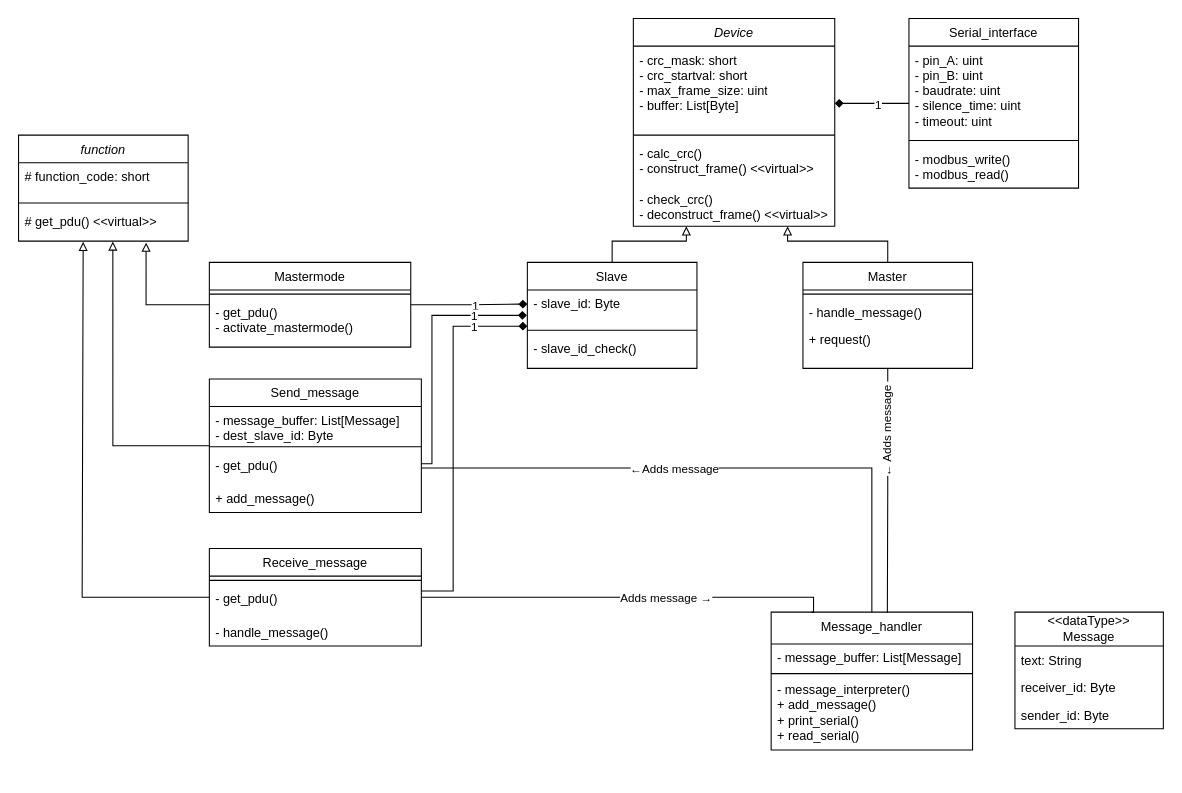
This is modbus_classdiagram.drawio from F-L-X-S/BusBricks, a draw.io file, before an edit. Source tidied: cells renumbered, new cells numbered last; positions are measured from the earlier drawing's top-left corner, leaving out a move shared by most shapes. Both pictures are drawn from the tidied source at 106%, with x=0, y=0 at pixel (18, 18).
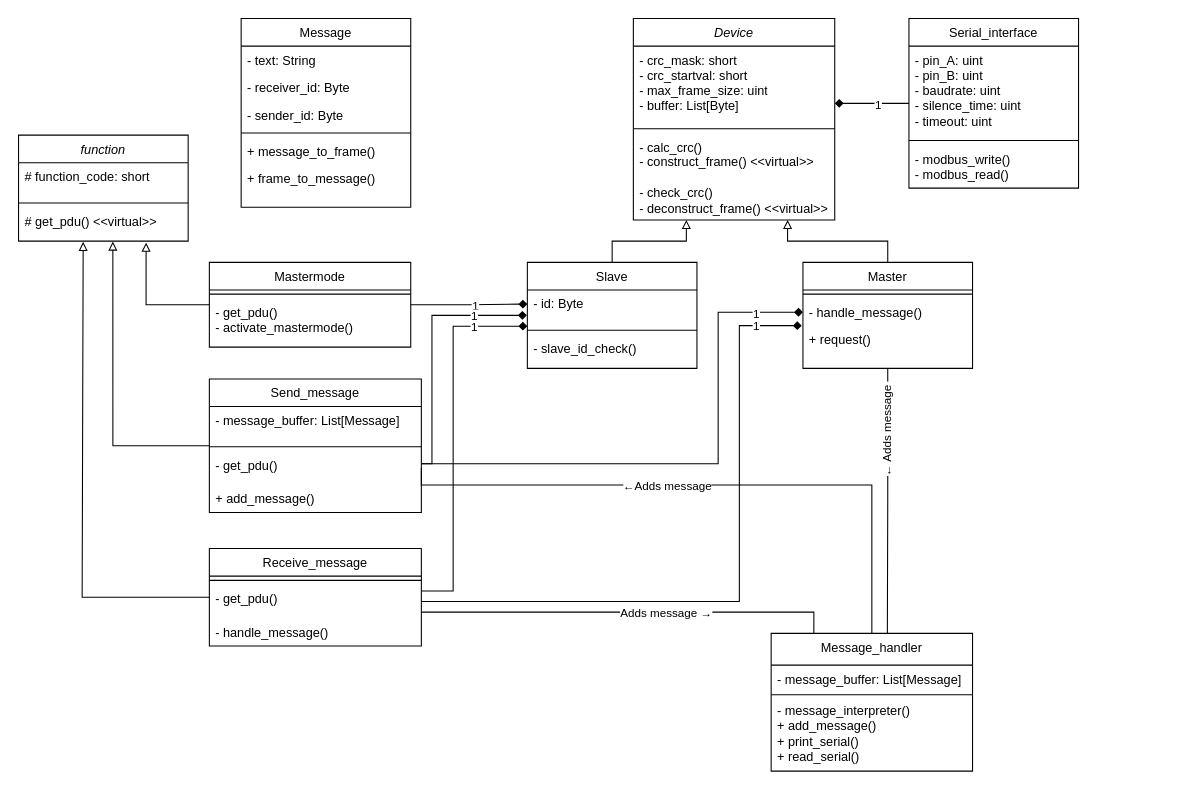
After the change.

Unchanged cells that the change refers to:
```xml
<mxCell id="7" value="&lt;span style=&quot;font-weight: normal;&quot;&gt;Slave&lt;/span&gt;" style="swimlane;fontStyle=1;align=center;verticalAlign=top;horizontal=1;startSize=26;whiteSpace=wrap;html=1;" parent="1" vertex="1">
  <mxGeometry x="480" y="230" width="160" height="100" as="geometry" />
</mxCell>
<mxCell id="14" value="- handle_message()" style="text;strokeColor=none;fillColor=none;align=left;verticalAlign=top;spacingLeft=4;spacingRight=4;overflow=hidden;points=[[0,0.5],[1,0.5]];portConstraint=eastwest;whiteSpace=wrap;html=1;" parent="12" vertex="1">
  <mxGeometry y="34" width="160" height="26" as="geometry" />
</mxCell>
<mxCell id="15" value="+ request()" style="text;strokeColor=none;fillColor=none;align=left;verticalAlign=top;spacingLeft=4;spacingRight=4;overflow=hidden;points=[[0,0.5],[1,0.5]];portConstraint=eastwest;whiteSpace=wrap;html=1;" parent="12" vertex="1">
  <mxGeometry y="60" width="160" height="40" as="geometry" />
</mxCell>
<mxCell id="33" value="&lt;span style=&quot;font-weight: normal;&quot;&gt;Send_message&lt;/span&gt;" style="swimlane;fontStyle=1;align=center;verticalAlign=top;horizontal=1;startSize=26;whiteSpace=wrap;html=1;" parent="1" vertex="1">
  <mxGeometry x="180" y="340" width="200" height="126" as="geometry" />
</mxCell>
<mxCell id="36" value="- get_pdu()&amp;nbsp;&lt;div&gt;&lt;br&gt;&lt;/div&gt;" style="text;strokeColor=none;fillColor=none;align=left;verticalAlign=top;spacingLeft=4;spacingRight=4;overflow=hidden;points=[[0,0.5],[1,0.5]];portConstraint=eastwest;whiteSpace=wrap;html=1;" parent="33" vertex="1">
  <mxGeometry y="68" width="200" height="32" as="geometry" />
</mxCell>
<mxCell id="42" value="&lt;span style=&quot;font-weight: normal;&quot;&gt;Receive_message&lt;/span&gt;" style="swimlane;fontStyle=1;align=center;verticalAlign=top;horizontal=1;startSize=26;whiteSpace=wrap;html=1;" parent="1" vertex="1">
  <mxGeometry x="180" y="500" width="200" height="92" as="geometry" />
</mxCell>
<mxCell id="44" value="- get_pdu()&amp;nbsp;&lt;div&gt;&lt;br&gt;&lt;/div&gt;" style="text;strokeColor=none;fillColor=none;align=left;verticalAlign=top;spacingLeft=4;spacingRight=4;overflow=hidden;points=[[0,0.5],[1,0.5]];portConstraint=eastwest;whiteSpace=wrap;html=1;" parent="42" vertex="1">
  <mxGeometry y="34" width="200" height="32" as="geometry" />
</mxCell>
```

Diff of the diagram source:
```diff
@@
     <mxCell id="2" value="&lt;span style=&quot;font-weight: normal;&quot;&gt;&lt;i&gt;Device&lt;/i&gt;&lt;/span&gt;" style="swimlane;fontStyle=1;align=center;verticalAlign=top;horizontal=1;startSize=26;whiteSpace=wrap;html=1;" parent="1" vertex="1">
-      <mxGeometry x="580" width="190" height="196" as="geometry" />
+      <mxGeometry x="580" width="190" height="190" as="geometry" />
     </mxCell>
     <mxCell id="3" value="- crc_mask: short&lt;div&gt;- crc_startval: short&lt;/div&gt;&lt;div&gt;- max_frame_size: uint&lt;/div&gt;&lt;div&gt;- buffer: List[Byte]&lt;/div&gt;" style="text;strokeColor=none;fillColor=none;align=left;verticalAlign=top;spacingLeft=4;spacingRight=4;overflow=hidden;whiteSpace=wrap;html=1;" parent="2" vertex="1">
-      <mxGeometry y="26" width="190" height="80" as="geometry" />
+      <mxGeometry y="26" width="190" height="74" as="geometry" />
     </mxCell>
     <mxCell id="4" style="line;strokeWidth=1;fillColor=none;align=left;verticalAlign=middle;spacingTop=-1;spacingLeft=3;spacingRight=3;labelPosition=right;strokeColor=inherit;" parent="2" vertex="1">
-      <mxGeometry y="106" width="190" height="8" as="geometry" />
+      <mxGeometry y="100" width="190" height="8" as="geometry" />
     </mxCell>
     <mxCell id="5" value="- calc_crc()&lt;div&gt;- construct_frame() &amp;lt;&amp;lt;virtual&amp;gt;&amp;gt;&lt;br&gt;&lt;/div&gt;&lt;div&gt;&lt;br&gt;&lt;/div&gt;&lt;div&gt;&lt;div&gt;- check_crc()&lt;/div&gt;&lt;div&gt;&lt;div&gt;- deconstruct_frame() &amp;lt;&amp;lt;virtual&amp;gt;&amp;gt;&lt;/div&gt;&lt;/div&gt;&lt;/div&gt;" style="text;strokeColor=none;fillColor=none;align=left;verticalAlign=top;spacingLeft=4;spacingRight=4;overflow=hidden;points=[[0,0.5],[1,0.5]];portConstraint=eastwest;whiteSpace=wrap;html=1;" parent="2" vertex="1">
-      <mxGeometry y="114" width="190" height="82" as="geometry" />
+      <mxGeometry y="108" width="190" height="82" as="geometry" />
     </mxCell>
@@
-    <mxCell id="8" value="- slave_id: Byte" style="text;strokeColor=none;fillColor=none;align=left;verticalAlign=top;spacingLeft=4;spacingRight=4;overflow=hidden;points=[[0,0.5],[1,0.5]];portConstraint=eastwest;whiteSpace=wrap;html=1;" parent="7" vertex="1">
+    <mxCell id="8" value="- id: Byte" style="text;strokeColor=none;fillColor=none;align=left;verticalAlign=top;spacingLeft=4;spacingRight=4;overflow=hidden;points=[[0,0.5],[1,0.5]];portConstraint=eastwest;whiteSpace=wrap;html=1;" parent="7" vertex="1">
       <mxGeometry y="26" width="160" height="34" as="geometry" />
     </mxCell>
@@
     <mxCell id="26" style="edgeStyle=orthogonalEdgeStyle;rounded=0;jettySize=auto;html=1;entryX=1;entryY=0.5;entryDx=0;entryDy=0;endArrow=none;endFill=0;" parent="1" edge="1" source="28" target="36">
-      <mxGeometry relative="1" as="geometry" />
+      <mxGeometry relative="1" as="geometry">
+        <Array as="points">
+          <mxPoint x="805" y="440" />
+          <mxPoint x="380" y="440" />
+        </Array>
+      </mxGeometry>
     </mxCell>
@@
     <mxCell id="28" value="&lt;span style=&quot;font-weight: normal;&quot;&gt;Message_handler&lt;/span&gt;" style="swimlane;fontStyle=1;align=center;verticalAlign=top;horizontal=1;startSize=30;whiteSpace=wrap;html=1;" parent="1" vertex="1">
-      <mxGeometry x="710" y="560" width="190" height="130" as="geometry" />
+      <mxGeometry x="710" y="580" width="190" height="130" as="geometry" />
     </mxCell>
@@
-    <mxCell id="34" value="- message_buffer: List[Message]&lt;div&gt;- dest_slave_id: Byte&lt;/div&gt;" style="text;strokeColor=none;fillColor=none;align=left;verticalAlign=top;spacingLeft=4;spacingRight=4;overflow=hidden;whiteSpace=wrap;html=1;" parent="33" vertex="1">
+    <mxCell id="34" value="- message_buffer: List[Message]" style="text;strokeColor=none;fillColor=none;align=left;verticalAlign=top;spacingLeft=4;spacingRight=4;overflow=hidden;whiteSpace=wrap;html=1;" parent="33" vertex="1">
       <mxGeometry y="26" width="200" height="34" as="geometry" />
     </mxCell>
@@
-    <mxCell id="53" style="edgeStyle=orthogonalEdgeStyle;rounded=0;jettySize=auto;html=1;endArrow=none;endFill=0;" parent="1" edge="1" source="42">
+    <mxCell id="53" style="edgeStyle=orthogonalEdgeStyle;rounded=0;jettySize=auto;html=1;endArrow=none;endFill=0;entryX=0.212;entryY=-0.002;entryDx=0;entryDy=0;entryPerimeter=0;" parent="1" edge="1" source="42" target="28">
       <mxGeometry relative="1" as="geometry">
-        <mxPoint x="750" y="560" as="targetPoint" />
         <Array as="points">
-          <mxPoint x="750" y="546" />
           <mxPoint x="750" y="560" />
-          <mxPoint x="748" y="560" />
         </Array>
       </mxGeometry>
     </mxCell>
@@
-    <mxCell id="57" value="&amp;lt;&amp;lt;dataType&amp;gt;&amp;gt;&lt;div&gt;Message&lt;/div&gt;" style="swimlane;fontStyle=0;horizontal=1;startSize=32;fillColor=none;whiteSpace=wrap;html=1;" parent="1" vertex="1">
-      <mxGeometry x="940" y="560" width="140" height="110" as="geometry" />
-    </mxCell>
+    <mxCell id="61" value="&lt;span style=&quot;font-weight: 400;&quot;&gt;Message&lt;/span&gt;" style="swimlane;fontStyle=1;align=center;verticalAlign=top;horizontal=1;startSize=26;whiteSpace=wrap;html=1;" parent="1" vertex="1">
+      <mxGeometry x="210" width="160" height="178" as="geometry" />
+    </mxCell>
-    <mxCell id="58" value="text: String&amp;nbsp;" style="text;strokeColor=none;fillColor=none;align=left;verticalAlign=top;spacingLeft=4;spacingRight=4;overflow=hidden;whiteSpace=wrap;html=1;" parent="57" vertex="1">
-      <mxGeometry y="32" width="140" height="26" as="geometry" />
+    <mxCell id="58" value="- text: String&amp;nbsp;" style="text;strokeColor=none;fillColor=none;align=left;verticalAlign=top;spacingLeft=4;spacingRight=4;overflow=hidden;whiteSpace=wrap;html=1;" parent="61" vertex="1">
+      <mxGeometry y="26" width="160" height="26" as="geometry" />
     </mxCell>
-    <mxCell id="59" value="receiver_id: Byte" style="text;strokeColor=none;fillColor=none;align=left;verticalAlign=top;spacingLeft=4;spacingRight=4;overflow=hidden;whiteSpace=wrap;html=1;" parent="57" vertex="1">
-      <mxGeometry y="58" width="140" height="26" as="geometry" />
+    <mxCell id="59" value="- receiver_id: Byte" style="text;strokeColor=none;fillColor=none;align=left;verticalAlign=top;spacingLeft=4;spacingRight=4;overflow=hidden;whiteSpace=wrap;html=1;" parent="61" vertex="1">
+      <mxGeometry y="52" width="160" height="26" as="geometry" />
     </mxCell>
-    <mxCell id="60" value="sender_id: Byte" style="text;strokeColor=none;fillColor=none;align=left;verticalAlign=top;spacingLeft=4;spacingRight=4;overflow=hidden;whiteSpace=wrap;html=1;" parent="57" vertex="1">
-      <mxGeometry y="84" width="140" height="26" as="geometry" />
+    <mxCell id="60" value="- sender_id: Byte" style="text;strokeColor=none;fillColor=none;align=left;verticalAlign=top;spacingLeft=4;spacingRight=4;overflow=hidden;whiteSpace=wrap;html=1;" parent="61" vertex="1">
+      <mxGeometry y="78" width="160" height="26" as="geometry" />
     </mxCell>
+    <mxCell id="62" style="line;strokeWidth=1;fillColor=none;align=left;verticalAlign=middle;spacingTop=-1;spacingLeft=3;spacingRight=3;labelPosition=right;strokeColor=inherit;" parent="61" vertex="1">
+      <mxGeometry y="104" width="160" height="8" as="geometry" />
+    </mxCell>
+    <mxCell id="63" value="+ message_to_frame()" style="text;strokeColor=none;fillColor=none;align=left;verticalAlign=top;spacingLeft=4;spacingRight=4;overflow=hidden;whiteSpace=wrap;html=1;" parent="61" vertex="1">
+      <mxGeometry y="112" width="160" height="26" as="geometry" />
+    </mxCell>
+    <mxCell id="64" value="+ frame_to_message()" style="text;strokeColor=none;fillColor=none;align=left;verticalAlign=top;spacingLeft=4;spacingRight=4;overflow=hidden;whiteSpace=wrap;html=1;" parent="61" vertex="1">
+      <mxGeometry y="138" width="160" height="40" as="geometry" />
+    </mxCell>
+    <mxCell id="65" style="edgeStyle=orthogonalEdgeStyle;rounded=0;jettySize=auto;html=1;entryX=0;entryY=0.5;entryDx=0;entryDy=0;endArrow=diamond;endFill=1;" parent="1" edge="1" source="36" target="14">
+      <mxGeometry relative="1" as="geometry">
+        <Array as="points">
+          <mxPoint x="660" y="420" />
+          <mxPoint x="660" y="277" />
+        </Array>
+      </mxGeometry>
+    </mxCell>
+    <mxCell id="66" value="1" style="edgeLabel;html=1;align=center;verticalAlign=middle;" parent="65" vertex="1">
+      <mxGeometry x="0.82" y="-1" relative="1" as="geometry" />
+    </mxCell>
+    <mxCell id="67" style="edgeStyle=orthogonalEdgeStyle;rounded=0;jettySize=auto;html=1;entryX=-0.007;entryY=-0.007;entryDx=0;entryDy=0;entryPerimeter=0;endArrow=diamond;endFill=1;" parent="1" edge="1" source="44" target="15">
+      <mxGeometry relative="1" as="geometry">
+        <Array as="points">
+          <mxPoint x="680" y="550" />
+          <mxPoint x="680" y="290" />
+          <mxPoint x="739" y="290" />
+        </Array>
+      </mxGeometry>
+    </mxCell>
+    <mxCell id="68" value="1" style="edgeLabel;html=1;align=center;verticalAlign=middle;" parent="67" vertex="1">
+      <mxGeometry x="0.86" relative="1" as="geometry" />
+    </mxCell>
```
